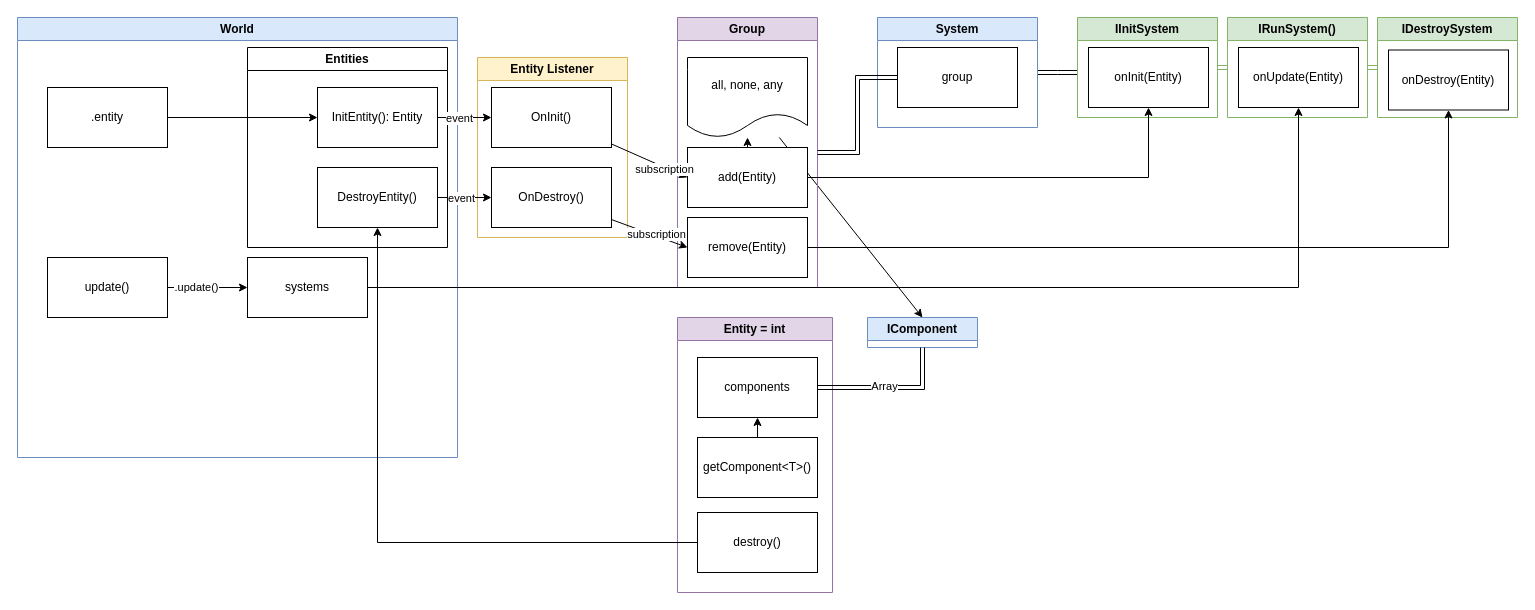
This is architecture.drawio from LargonG/kote-engine, a draw.io file, before an edit. Source tidied: cells renumbered, new cells numbered last; positions are measured from the earlier drawing's top-left corner, leaving out a move shared by most shapes. Both pictures are drawn from the tidied source at 100%, with x=0, y=0 at pixel (17, 17).
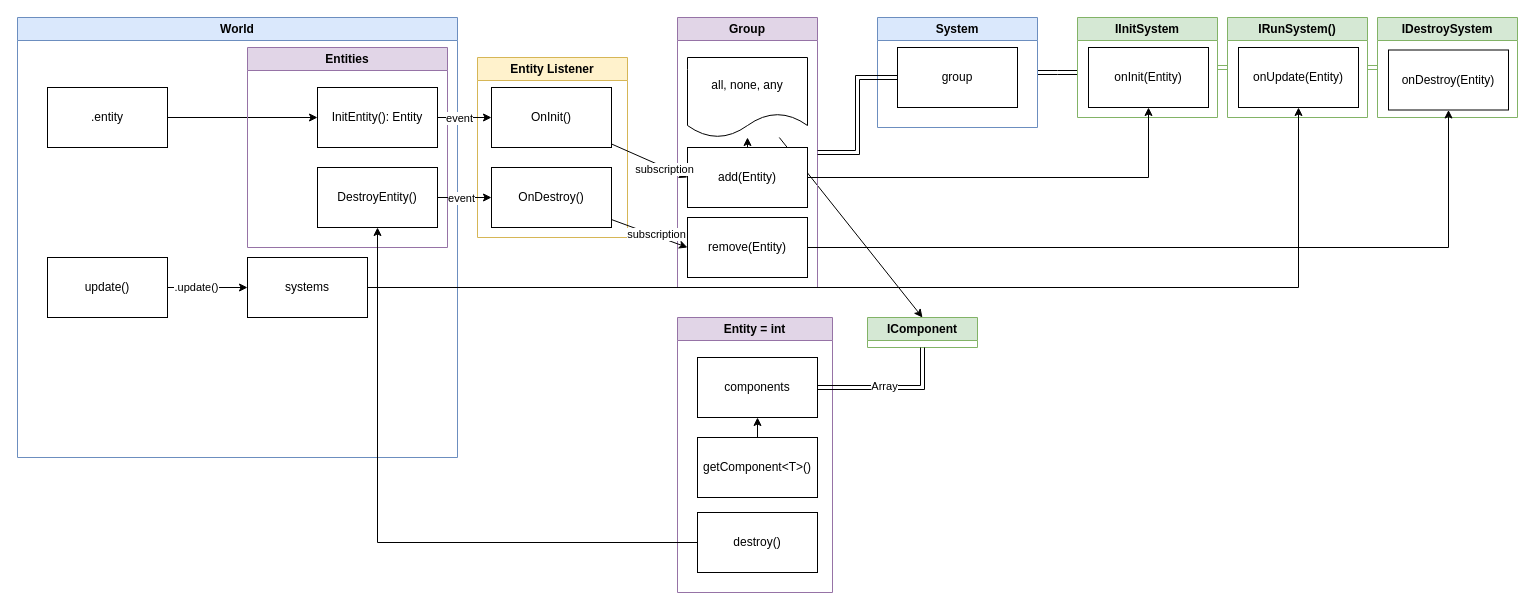
The same diagram, later.

The change refers to these unchanged cells:
```xml
<mxCell id="5" value="World" style="swimlane;whiteSpace=wrap;html=1;fillColor=#dae8fc;strokeColor=#6c8ebf;" parent="1" vertex="1">
  <mxGeometry width="440" height="440" as="geometry" />
</mxCell>
```

What changed in the source:
```diff
@@
-    <mxCell id="8" value="Entities" style="swimlane;whiteSpace=wrap;html=1;startSize=23;" parent="5" vertex="1">
+    <mxCell id="8" value="Entities" style="swimlane;whiteSpace=wrap;html=1;startSize=23;fillColor=#e1d5e7;strokeColor=#9673a6;" parent="5" vertex="1">
       <mxGeometry x="230" y="30" width="200" height="200" as="geometry" />
     </mxCell>
@@
-    <mxCell id="27" value="IComponent" style="swimlane;whiteSpace=wrap;html=1;fillColor=#dae8fc;strokeColor=#6c8ebf;" parent="1" vertex="1" collapsed="1">
+    <mxCell id="27" value="IComponent" style="swimlane;whiteSpace=wrap;html=1;fillColor=#d5e8d4;strokeColor=#82b366;" parent="1" vertex="1" collapsed="1">
       <mxGeometry x="850" y="300" width="110" height="30" as="geometry" />
     </mxCell>
```
